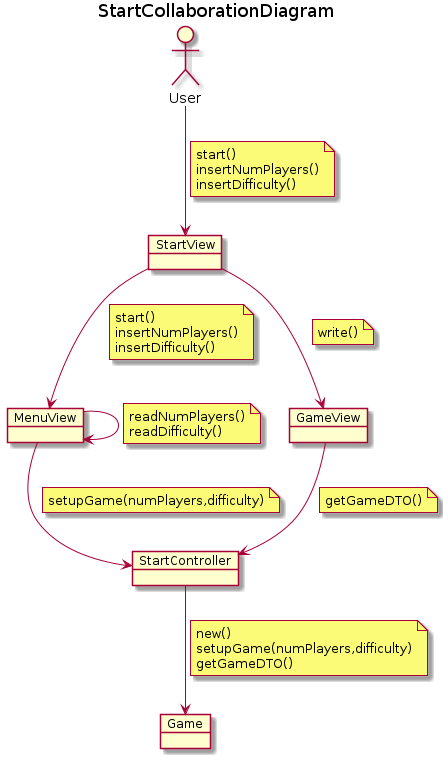
Earlier version of the PlantUML export docs/output/analysis/use-cases/StartCollaborationDiagram.png (Master-Desarrollo-20-21/patrones-diseno---practica-final---juego-de-las-damas-fraylopez).
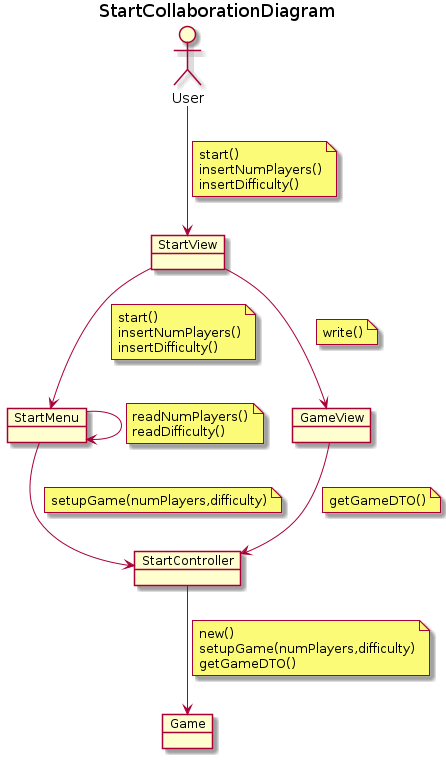
Later version of the same file.

The edit, as a diff of the source:
```diff
@@ -8,7 +8,7 @@
 object  StartController
 object Game
 object StartView
-object MenuView
+object StartMenu
 object GameView
 
 
@@ -18,20 +18,20 @@
     insertNumPlayers()
     insertDifficulty()
 end note
-StartView --> MenuView
+StartView --> StartMenu
 note on link
     start()
     insertNumPlayers()
     insertDifficulty()
 end note
-MenuView --> MenuView
+StartMenu --> StartMenu
 note on link
     readNumPlayers()
     readDifficulty()
 end note
 
 
-MenuView --> StartController
+StartMenu --> StartController
 note on link
     setupGame(numPlayers,difficulty)
 end note
```
